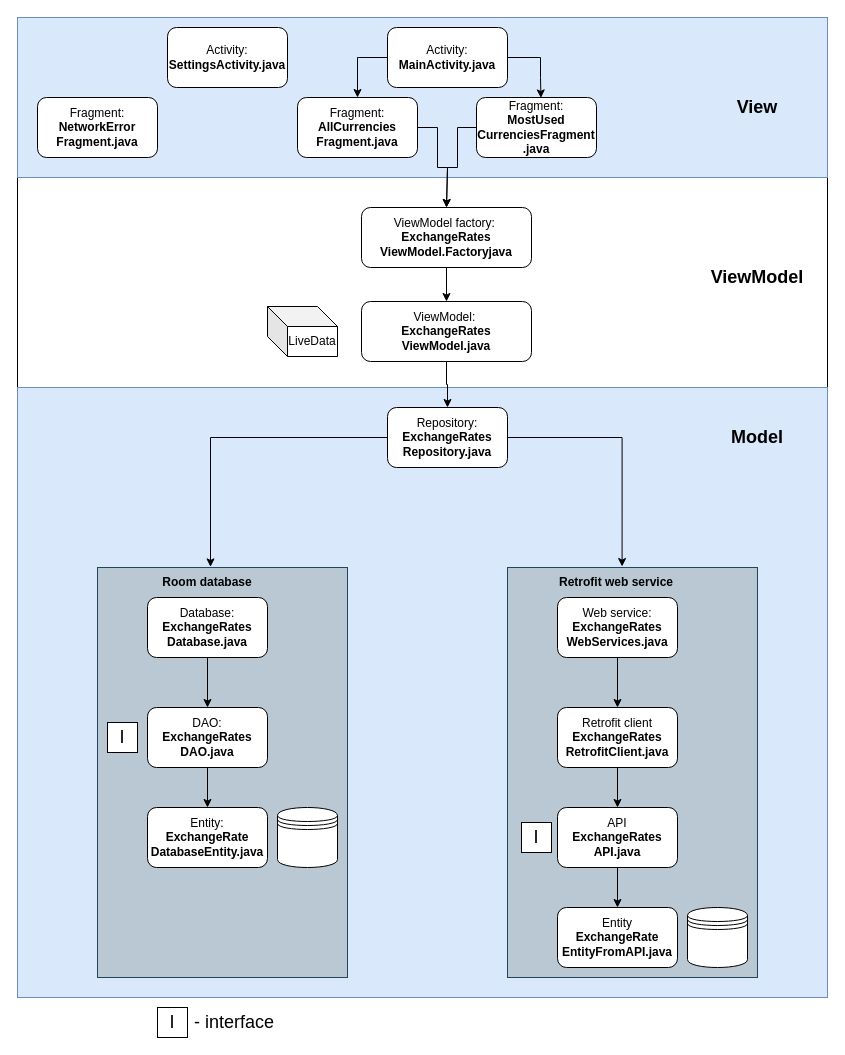
arturkowalczyk300/android-currency-converter keeps this draw.io diagram as MVVM_ApplicationStructure.drawio. Above is the earlier version. Source tidied: cells renumbered, new cells numbered last; positions are measured from the earlier drawing's top-left corner, leaving out a move shared by most shapes. Both pictures are drawn from the tidied source at 100%, with x=0, y=0 at pixel (17, 17).
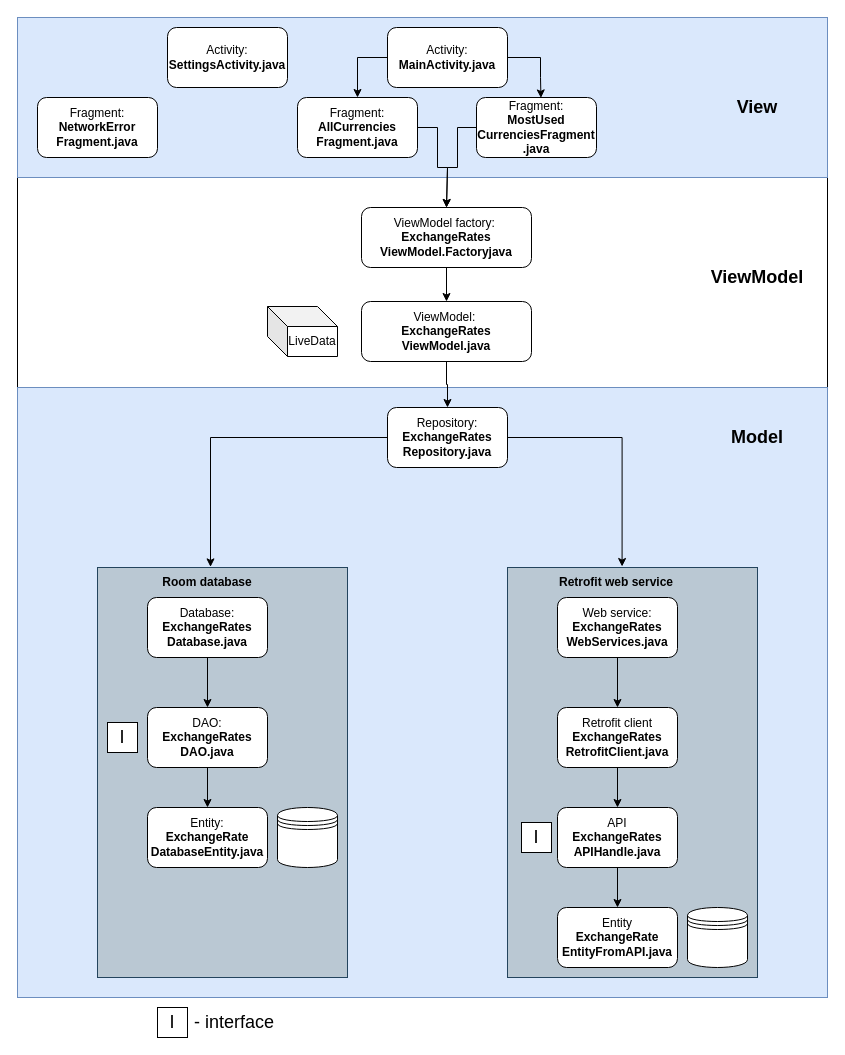
Above is the later version.

The edit, as a diff of the source:
```diff
@@
-    <mxCell id="28" value="API&lt;br&gt;&lt;b&gt;ExchangeRates&lt;/b&gt;&lt;br&gt;&lt;b&gt;API.java&lt;/b&gt;" style="rounded=1;whiteSpace=wrap;html=1;" parent="1" vertex="1">
+    <mxCell id="28" value="API&lt;br&gt;&lt;b&gt;ExchangeRates&lt;/b&gt;&lt;br&gt;&lt;b&gt;APIHandle.java&lt;/b&gt;" style="rounded=1;whiteSpace=wrap;html=1;" parent="1" vertex="1">
       <mxGeometry x="540" y="790" width="120" height="60" as="geometry" />
     </mxCell>
```
